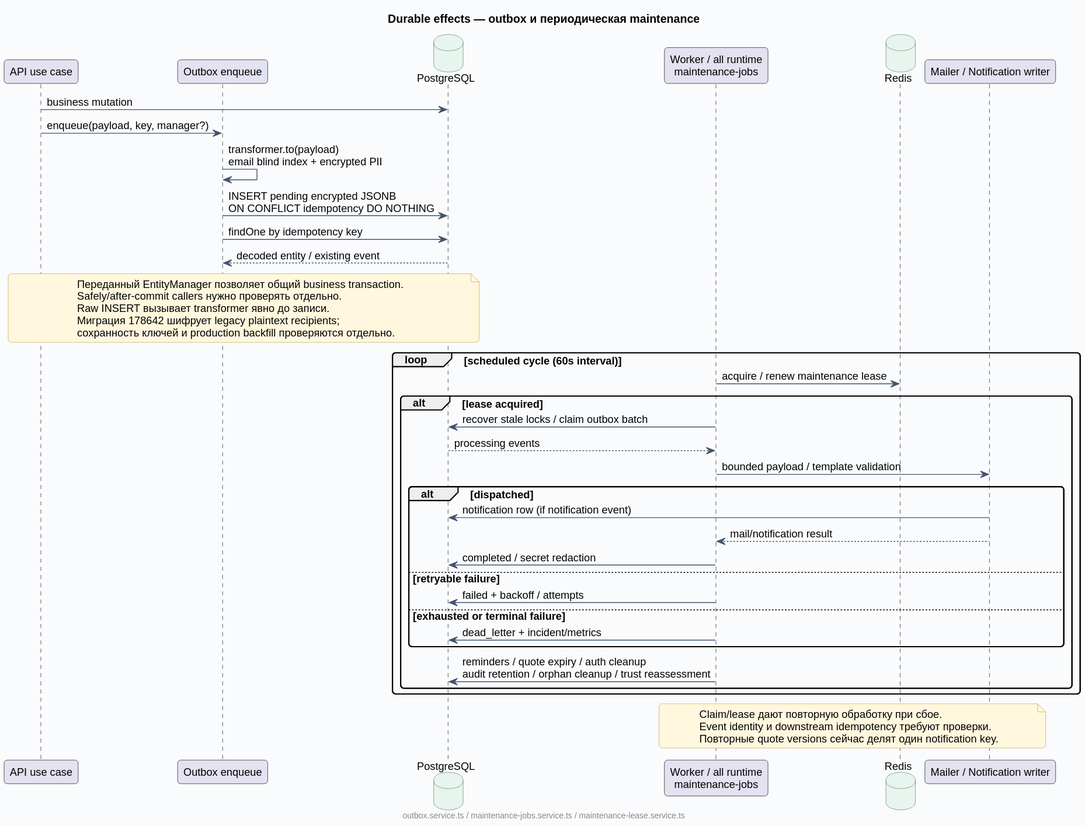
The PlantUML diagram docs/diagrams/rendered/08-outbox-maintenance.svg in Dima163163/auto-care-hub, before a commit.
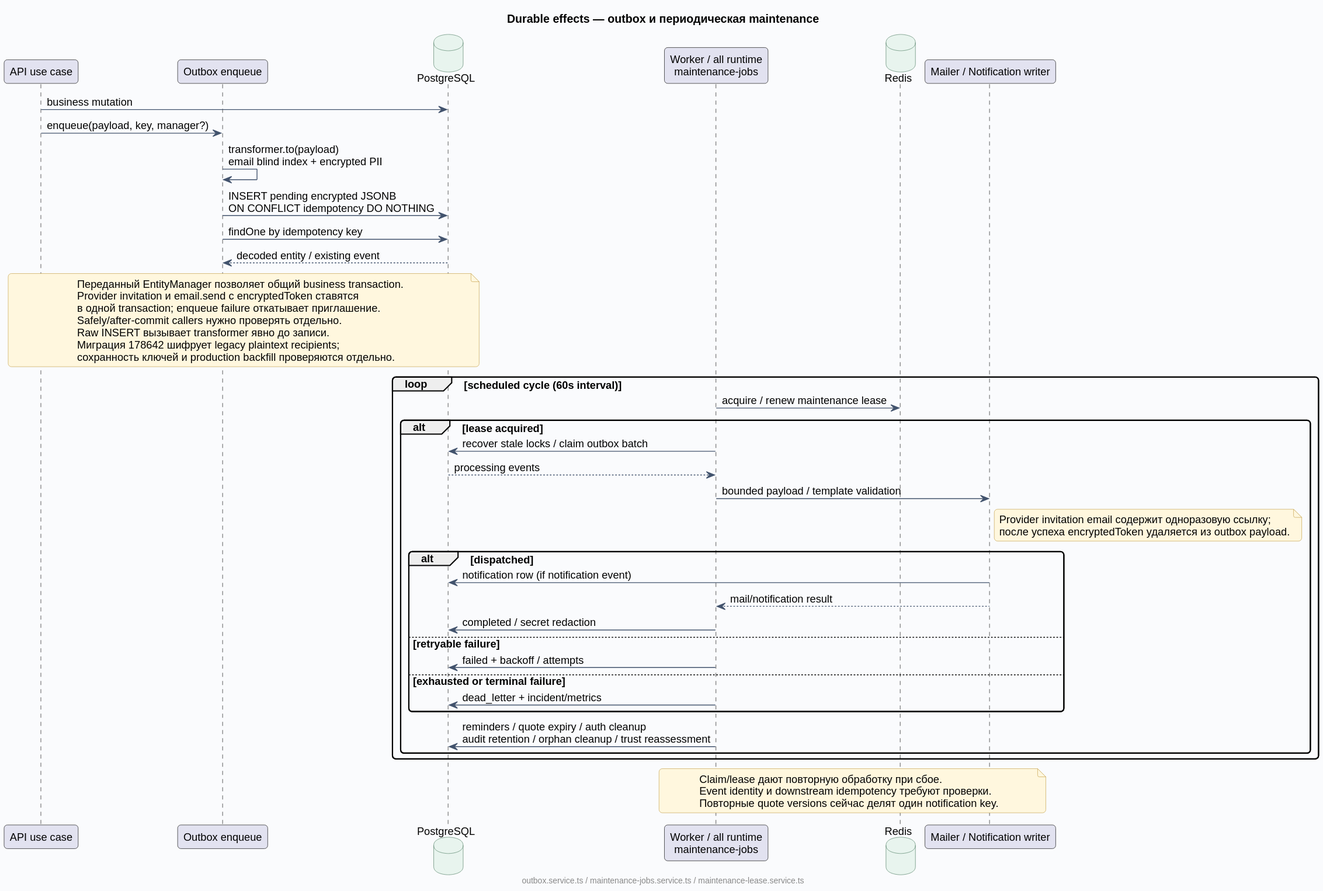
After the change.

The edit, as a diff of the source:
```diff
@@ -15,6 +15,8 @@
 PG --> Queue : decoded entity / existing event
 note over API, PG
   Переданный EntityManager позволяет общий business transaction.
+  Provider invitation и email.send с encryptedToken ставятся
+  в одной transaction; enqueue failure откатывает приглашение.
   Safely/after-commit callers нужно проверять отдельно.
   Raw INSERT вызывает transformer явно до записи.
   Миграция 178642 шифрует legacy plaintext recipients;
@@ -26,6 +28,10 @@
     Worker -> PG : recover stale locks / claim outbox batch
     PG --> Worker : processing events
     Worker -> Delivery : bounded payload / template validation
+    note right of Delivery
+      Provider invitation email содержит одноразовую ссылку;
+      после успеха encryptedToken удаляется из outbox payload.
+    end note
     alt dispatched
       Delivery -> PG : notification row (if notification event)
       Delivery --> Worker : mail/notification result
```
